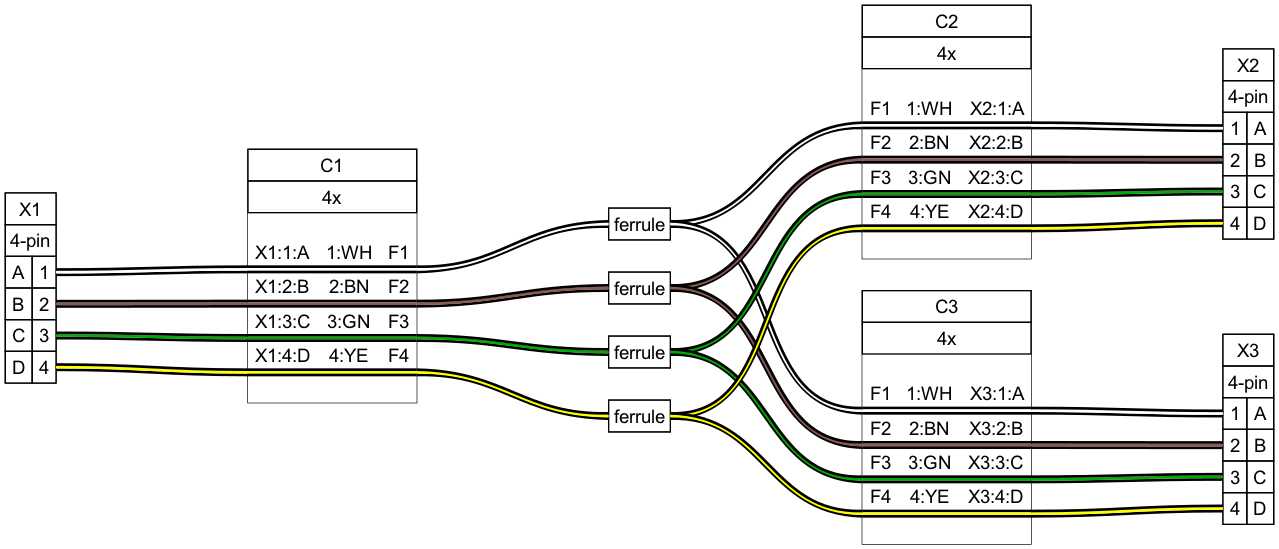
Before: examples/ex13.png, a diagram exported from Graphviz (tobiasfalk/WireViz). Its source is kept beside it as examples/ex13.gv.
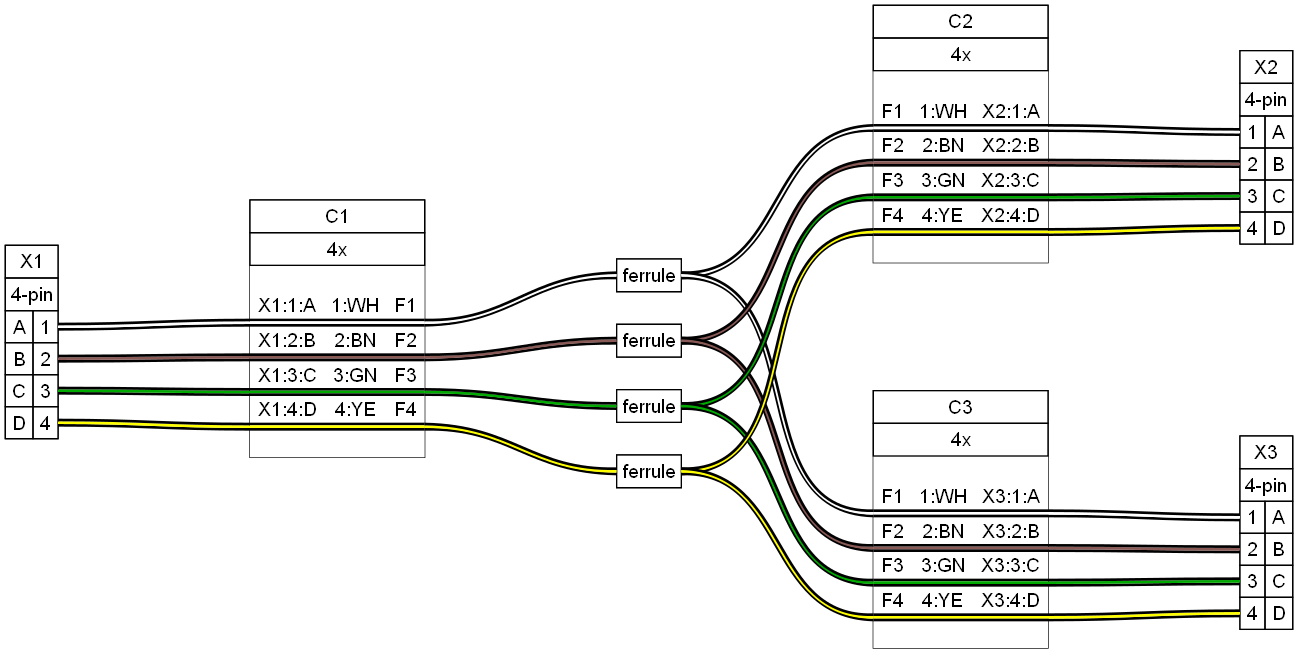
The same file after the commit.

Change to the diagram source:
```diff
@@ -220,19 +220,7 @@
      <td align="right">F1 </td>
     </tr>
     <tr>
-     <td border="0" cellspacing="0" cellpadding="0" colspan="5" height="6" port="w1">
-      <table border="0" cellborder="0" cellspacing="0">
-       <tr>
-        <td bgcolor="#000000" border="0" cellpadding="0" colspan="5" height="2"></td>
-       </tr>
-       <tr>
-        <td bgcolor="#FFFFFF" border="0" cellpadding="0" colspan="5" height="2"></td>
-       </tr>
-       <tr>
-        <td bgcolor="#000000" border="0" cellpadding="0" colspan="5" height="2"></td>
-       </tr>
-      </table>
-     </td>
+     <td border="0" cellspacing="0" cellpadding="0" colspan="5" height="6" port="w1"></td>
     </tr>
     <tr>
      <td align="left"> X1:2:B</td>
@@ -242,19 +230,7 @@
      <td align="right">F2 </td>
     </tr>
     <tr>
-     <td border="0" cellspacing="0" cellpadding="0" colspan="5" height="6" port="w2">
-      <table border="0" cellborder="0" cellspacing="0">
-       <tr>
-        <td bgcolor="#000000" border="0" cellpadding="0" colspan="5" height="2"></td>
-       </tr>
-       <tr>
-        <td bgcolor="#895956" border="0" cellpadding="0" colspan="5" height="2"></td>
-       </tr>
-       <tr>
-        <td bgcolor="#000000" border="0" cellpadding="0" colspan="5" height="2"></td>
-       </tr>
-      </table>
-     </td>
+     <td border="0" cellspacing="0" cellpadding="0" colspan="5" height="6" port="w2"></td>
     </tr>
     <tr>
      <td align="left"> X1:3:C</td>
@@ -264,19 +240,7 @@
      <td align="right">F3 </td>
     </tr>
     <tr>
-     <td border="0" cellspacing="0" cellpadding="0" colspan="5" height="6" port="w3">
-      <table border="0" cellborder="0" cellspacing="0">
-       <tr>
-        <td bgcolor="#000000" border="0" cellpadding="0" colspan="5" height="2"></td>
-       </tr>
-       <tr>
-        <td bgcolor="#00AA00" border="0" cellpadding="0" colspan="5" height="2"></td>
-       </tr>
-       <tr>
-        <td bgcolor="#000000" border="0" cellpadding="0" colspan="5" height="2"></td>
-       </tr>
-      </table>
-     </td>
+     <td border="0" cellspacing="0" cellpadding="0" colspan="5" height="6" port="w3"></td>
     </tr>
     <tr>
      <td align="left"> X1:4:D</td>
@@ -286,19 +250,7 @@
      <td align="right">F4 </td>
     </tr>
     <tr>
-     <td border="0" cellspacing="0" cellpadding="0" colspan="5" height="6" port="w4">
-      <table border="0" cellborder="0" cellspacing="0">
-       <tr>
-        <td bgcolor="#000000" border="0" cellpadding="0" colspan="5" height="2"></td>
-       </tr>
-       <tr>
-        <td bgcolor="#FFFF00" border="0" cellpadding="0" colspan="5" height="2"></td>
-       </tr>
-       <tr>
-        <td bgcolor="#000000" border="0" cellpadding="0" colspan="5" height="2"></td>
-       </tr>
-      </table>
-     </td>
+     <td border="0" cellspacing="0" cellpadding="0" colspan="5" height="6" port="w4"></td>
     </tr>
     <tr>
      <td>&nbsp;</td>
@@ -320,6 +272,10 @@
 	edge [color="#000000:#FFFF00:#000000"]
 	X1:p4r:e -- C1:w4:w
 	C1:w4:e -- F4:w
+	C1:w1:e -- C1:w1:w [color="#000000:#FFFFFF:#000000" straight=straight]
+	C1:w2:e -- C1:w2:w [color="#000000:#895956:#000000" straight=straight]
+	C1:w3:e -- C1:w3:w [color="#000000:#00AA00:#000000" straight=straight]
+	C1:w4:e -- C1:w4:w [color="#000000:#FFFF00:#000000" straight=straight]
 	C2 [label=<
 <table border="0" cellspacing="0" cellpadding="0" bgcolor="#FFFFFF">
  <tr>
@@ -354,19 +310,7 @@
      <td align="right">X2:1:A </td>
     </tr>
     <tr>
-     <td border="0" cellspacing="0" cellpadding="0" colspan="5" height="6" port="w1">
-      <table border="0" cellborder="0" cellspacing="0">
-       <tr>
-        <td bgcolor="#000000" border="0" cellpadding="0" colspan="5" height="2"></td>
-       </tr>
-       <tr>
-        <td bgcolor="#FFFFFF" border="0" cellpadding="0" colspan="5" height="2"></td>
-       </tr>
-       <tr>
-        <td bgcolor="#000000" border="0" cellpadding="0" colspan="5" height="2"></td>
-       </tr>
-      </table>
-     </td>
+     <td border="0" cellspacing="0" cellpadding="0" colspan="5" height="6" port="w1"></td>
     </tr>
     <tr>
      <td align="left"> F2</td>
@@ -376,19 +320,7 @@
      <td align="right">X2:2:B </td>
     </tr>
     <tr>
-     <td border="0" cellspacing="0" cellpadding="0" colspan="5" height="6" port="w2">
-      <table border="0" cellborder="0" cellspacing="0">
-       <tr>
-        <td bgcolor="#000000" border="0" cellpadding="0" colspan="5" height="2"></td>
-       </tr>
-       <tr>
-        <td bgcolor="#895956" border="0" cellpadding="0" colspan="5" height="2"></td>
-       </tr>
-       <tr>
-        <td bgcolor="#000000" border="0" cellpadding="0" colspan="5" height="2"></td>
-       </tr>
-      </table>
-     </td>
+     <td border="0" cellspacing="0" cellpadding="0" colspan="5" height="6" port="w2"></td>
     </tr>
     <tr>
      <td align="left"> F3</td>
@@ -398,19 +330,7 @@
      <td align="right">X2:3:C </td>
     </tr>
     <tr>
-     <td border="0" cellspacing="0" cellpadding="0" colspan="5" height="6" port="w3">
-      <table border="0" cellborder="0" cellspacing="0">
-       <tr>
-        <td bgcolor="#000000" border="0" cellpadding="0" colspan="5" height="2"></td>
-       </tr>
-       <tr>
-        <td bgcolor="#00AA00" border="0" cellpadding="0" colspan="5" height="2"></td>
-       </tr>
-       <tr>
-        <td bgcolor="#000000" border="0" cellpadding="0" colspan="5" height="2"></td>
-       </tr>
-      </table>
-     </td>
+     <td border="0" cellspacing="0" cellpadding="0" colspan="5" height="6" port="w3"></td>
     </tr>
     <tr>
      <td align="left"> F4</td>
@@ -420,19 +340,7 @@
      <td align="right">X2:4:D </td>
     </tr>
     <tr>
-     <td border="0" cellspacing="0" cellpadding="0" colspan="5" height="6" port="w4">
-      <table border="0" cellborder="0" cellspacing="0">
-       <tr>
-        <td bgcolor="#000000" border="0" cellpadding="0" colspan="5" height="2"></td>
-       </tr>
-       <tr>
-        <td bgcolor="#FFFF00" border="0" cellpadding="0" colspan="5" height="2"></td>
-       </tr>
-       <tr>
-        <td bgcolor="#000000" border="0" cellpadding="0" colspan="5" height="2"></td>
-       </tr>
-      </table>
-     </td>
+     <td border="0" cellspacing="0" cellpadding="0" colspan="5" height="6" port="w4"></td>
     </tr>
     <tr>
      <td>&nbsp;</td>
@@ -454,6 +362,10 @@
 	edge [color="#000000:#FFFF00:#000000"]
 	F4:e -- C2:w4:w
 	C2:w4:e -- X2:p4l:w
+	C2:w1:e -- C2:w1:w [color="#000000:#FFFFFF:#000000" straight=straight]
+	C2:w2:e -- C2:w2:w [color="#000000:#895956:#000000" straight=straight]
+	C2:w3:e -- C2:w3:w [color="#000000:#00AA00:#000000" straight=straight]
+	C2:w4:e -- C2:w4:w [color="#000000:#FFFF00:#000000" straight=straight]
 	C3 [label=<
 <table border="0" cellspacing="0" cellpadding="0" bgcolor="#FFFFFF">
  <tr>
@@ -488,19 +400,7 @@
      <td align="right">X3:1:A </td>
     </tr>
     <tr>
-     <td border="0" cellspacing="0" cellpadding="0" colspan="5" height="6" port="w1">
-      <table border="0" cellborder="0" cellspacing="0">
-       <tr>
-        <td bgcolor="#000000" border="0" cellpadding="0" colspan="5" height="2"></td>
-       </tr>
-       <tr>
-        <td bgcolor="#FFFFFF" border="0" cellpadding="0" colspan="5" height="2"></td>
-       </tr>
-       <tr>
-        <td bgcolor="#000000" border="0" cellpadding="0" colspan="5" height="2"></td>
-       </tr>
-      </table>
-     </td>
+     <td border="0" cellspacing="0" cellpadding="0" colspan="5" height="6" port="w1"></td>
     </tr>
     <tr>
      <td align="left"> F2</td>
@@ -510,19 +410,7 @@
      <td align="right">X3:2:B </td>
     </tr>
     <tr>
-     <td border="0" cellspacing="0" cellpadding="0" colspan="5" height="6" port="w2">
-      <table border="0" cellborder="0" cellspacing="0">
-       <tr>
-        <td bgcolor="#000000" border="0" cellpadding="0" colspan="5" height="2"></td>
-       </tr>
-       <tr>
-        <td bgcolor="#895956" border="0" cellpadding="0" colspan="5" height="2"></td>
-       </tr>
-       <tr>
-        <td bgcolor="#000000" border="0" cellpadding="0" colspan="5" height="2"></td>
-       </tr>
-      </table>
-     </td>
+     <td border="0" cellspacing="0" cellpadding="0" colspan="5" height="6" port="w2"></td>
     </tr>
     <tr>
      <td align="left"> F3</td>
@@ -532,19 +420,7 @@
      <td align="right">X3:3:C </td>
     </tr>
     <tr>
-     <td border="0" cellspacing="0" cellpadding="0" colspan="5" height="6" port="w3">
-      <table border="0" cellborder="0" cellspacing="0">
-       <tr>
-        <td bgcolor="#000000" border="0" cellpadding="0" colspan="5" height="2"></td>
-       </tr>
-       <tr>
-        <td bgcolor="#00AA00" border="0" cellpadding="0" colspan="5" height="2"></td>
-       </tr>
-       <tr>
-        <td bgcolor="#000000" border="0" cellpadding="0" colspan="5" height="2"></td>
-       </tr>
-      </table>
-     </td>
+     <td border="0" cellspacing="0" cellpadding="0" colspan="5" height="6" port="w3"></td>
     </tr>
     <tr>
      <td align="left"> F4</td>
@@ -554,19 +430,7 @@
      <td align="right">X3:4:D </td>
     </tr>
     <tr>
-     <td border="0" cellspacing="0" cellpadding="0" colspan="5" height="6" port="w4">
-      <table border="0" cellborder="0" cellspacing="0">
-       <tr>
-        <td bgcolor="#000000" border="0" cellpadding="0" colspan="5" height="2"></td>
-       </tr>
-       <tr>
-        <td bgcolor="#FFFF00" border="0" cellpadding="0" colspan="5" height="2"></td>
-       </tr>
-       <tr>
-        <td bgcolor="#000000" border="0" cellpadding="0" colspan="5" height="2"></td>
-       </tr>
-      </table>
-     </td>
+     <td border="0" cellspacing="0" cellpadding="0" colspan="5" height="6" port="w4"></td>
     </tr>
     <tr>
      <td>&nbsp;</td>
@@ -588,4 +452,8 @@
 	edge [color="#000000:#FFFF00:#000000"]
 	F4:e -- C3:w4:w
 	C3:w4:e -- X3:p4l:w
+	C3:w1:e -- C3:w1:w [color="#000000:#FFFFFF:#000000" straight=straight]
+	C3:w2:e -- C3:w2:w [color="#000000:#895956:#000000" straight=straight]
+	C3:w3:e -- C3:w3:w [color="#000000:#00AA00:#000000" straight=straight]
+	C3:w4:e -- C3:w4:w [color="#000000:#FFFF00:#000000" straight=straight]
 }
```
